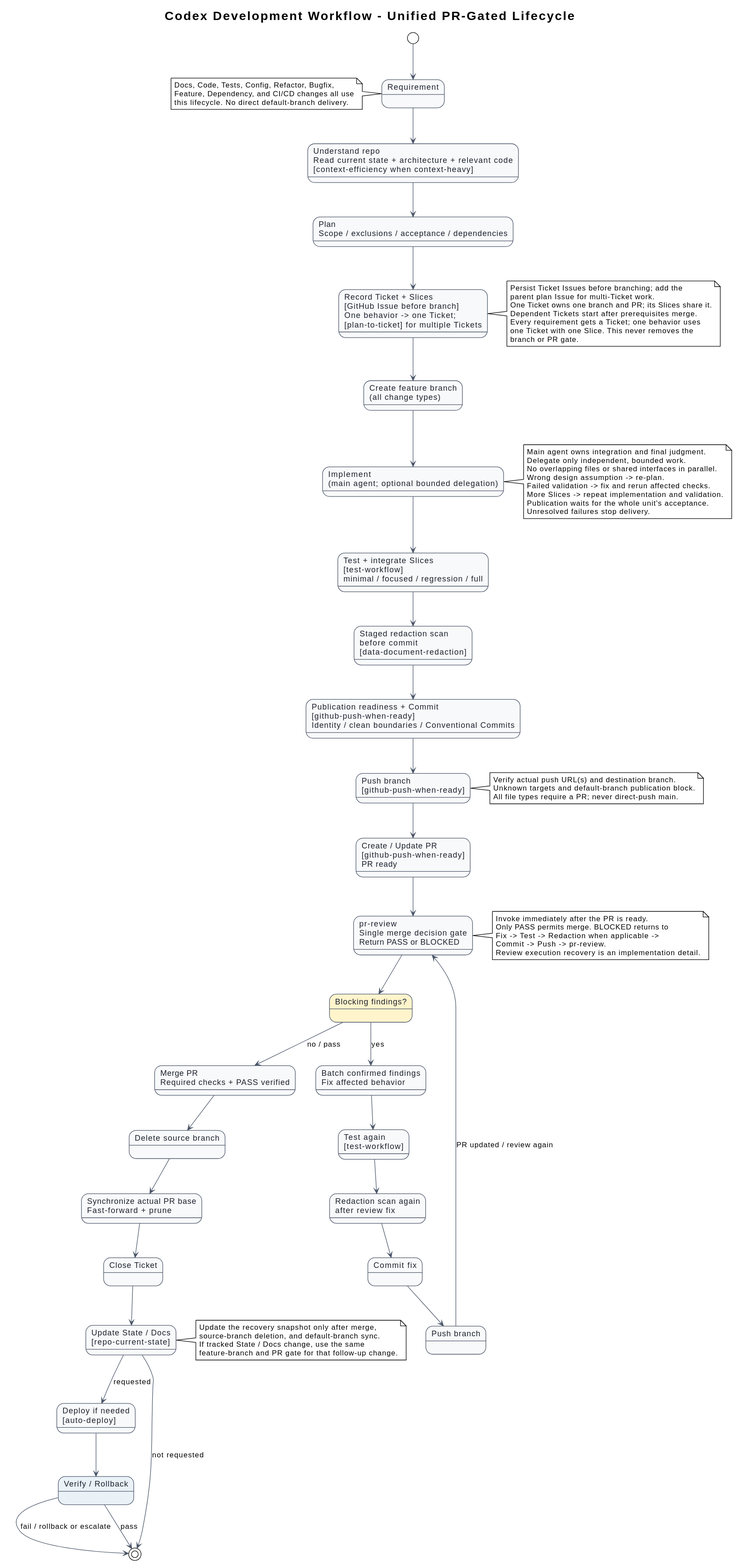
Above: docs/diagrams/architecture.svg in i-zrhe2016/codex-development-workflow (PlantUML), before the change.
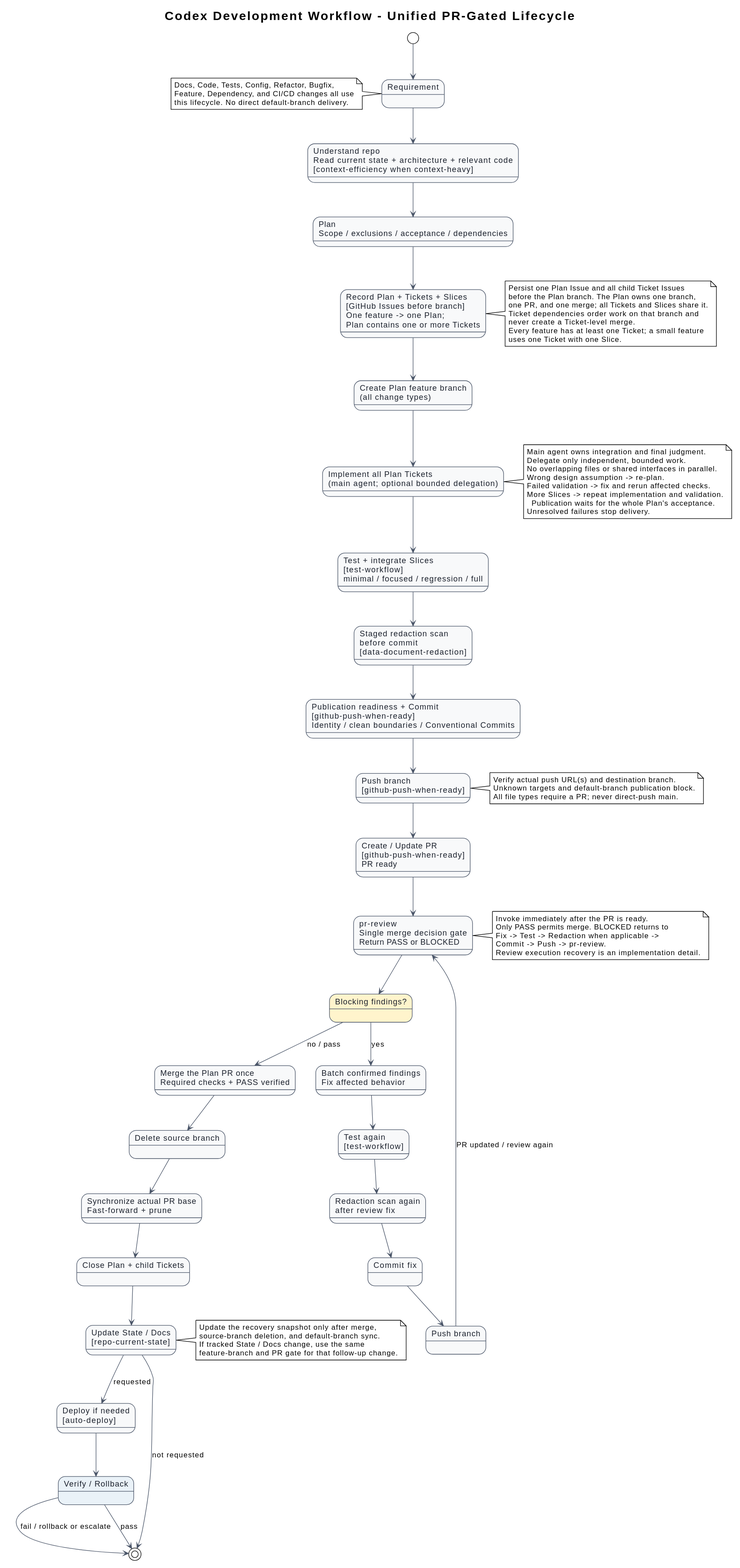
The same file after the commit.

The edit, as a diff of the source:
```diff
@@ -15,9 +15,9 @@
 state "Requirement" as requirement
 state "Understand repo\nRead current state + architecture + relevant code\n[context-efficiency when context-heavy]" as understand
 state "Plan\nScope / exclusions / acceptance / dependencies" as plan
-state "Record Ticket + Slices\n[GitHub Issue before branch]\nOne behavior -> one Ticket;\n[plan-to-ticket] for multiple Tickets" as decompose
-state "Create feature branch\n(all change types)" as branch
-state "Implement\n(main agent; optional bounded delegation)" as implement
+state "Record Plan + Tickets + Slices\n[GitHub Issues before branch]\nOne feature -> one Plan;\nPlan contains one or more Tickets" as decompose
+state "Create Plan feature branch\n(all change types)" as branch
+state "Implement all Plan Tickets\n(main agent; optional bounded delegation)" as implement
 state "Test + integrate Slices\n[test-workflow]\nminimal / focused / regression / full" as test
 state "Staged redaction scan\nbefore commit\n[data-document-redaction]" as redact
 state "Publication readiness + Commit\n[github-push-when-ready]\nIdentity / clean boundaries / Conventional Commits" as commit
@@ -30,10 +30,10 @@
 state "Redaction scan again\nafter review fix" as redact_again
 state "Commit fix" as commit_fix
 state "Push branch" as push_fix
-state "Merge PR\nRequired checks + PASS verified" as merge
+state "Merge the Plan PR once\nRequired checks + PASS verified" as merge
 state "Delete source branch" as delete_branch
 state "Synchronize actual PR base\nFast-forward + prune" as update_main
-state "Close Ticket" as close_ticket
+state "Close Plan + child Tickets" as close_ticket
 state "Update State / Docs\n[repo-current-state]" as state_docs
 state "Deploy if needed\n[auto-deploy]" as deploy
 state "Verify / Rollback" as verify #EAF2F8
@@ -69,13 +69,13 @@
 verify --> [*] : fail / rollback or escalate
 
 note right of decompose
-Persist Ticket Issues before branching; add the
-parent plan Issue for multi-Ticket work.
-One Ticket owns one branch and PR; its Slices share it.
-Dependent Tickets start after prerequisites merge.
-Every requirement gets a Ticket; one behavior uses
-one Ticket with one Slice. This never removes the
-branch or PR gate.
+Persist one Plan Issue and all child Ticket Issues
+before the Plan branch. The Plan owns one branch,
+one PR, and one merge; all Tickets and Slices share it.
+Ticket dependencies order work on that branch and
+never create a Ticket-level merge.
+Every feature has at least one Ticket; a small feature
+uses one Ticket with one Slice.
 end note
 
 note right of review
@@ -93,7 +93,7 @@
 Wrong design assumption -> re-plan.
 Failed validation -> fix and rerun affected checks.
 More Slices -> repeat implementation and validation.
-Publication waits for the whole unit's acceptance.
+  Publication waits for the whole Plan's acceptance.
 Unresolved failures stop delivery.
 end note
 
```
